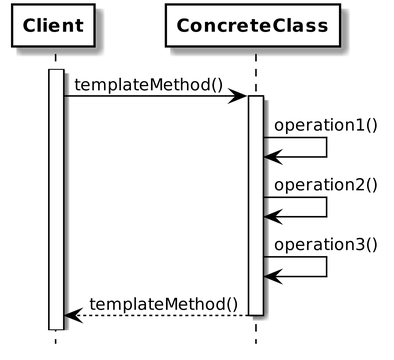
This is patterns/general/template/uml/template_sequenceDiagram.png from HSGNHR/POS, a PlantUML export, as it was before one commit. Source of this version:
```plantuml
@startuml
skinparam backgroundcolor white

skinparam dpi 600

skinparam titleBorderRoundBorder 15
skinparam titleBorderThickness 2
skinparam titleBorderColor red
skinparam titleBackgroundColor blue

skinparam classArrowColor black
skinparam classArrowFontName FuraMonoForPowerline
skinparam classAttributeFontName FuraMonoForPowerline
skinparam classAttributeIconSize 0
skinparam classBackgroundColor #FFFFFF
skinparam classBorderColor #000000
skinparam classBorderThickness .8
skinparam classFontName FuraMonoForPowerline
skinparam classFontSize 13
skinparam classFontStyle bold
skinparam classStereotypeFontName FuraMonoForPowerline

skinparam objectArrowColor black
skinparam objectArrowFontName Arial
skinparam objectAttributeFontName Arial
skinparam objectBackgroundColor #FFF0B4/#FFFFFF
skinparam objectBorderColor #99795C
skinparam objectBorderThickness .8
skinparam objectFontName Arial
skinparam objectFontSize 11
skinparam objectFontStyle bold
skinparam objectStereotypeFontName ArialNarrow

skinparam sequence {
	ArrowColor #000000
	LifeLineBorderColor #000000
	LifeLineBackgroundColor #FFFFFF

	ParticipantBorderColor #000000
	ParticipantBackgroundColor #FFFFFF
	ParticipantFontName FuraMonoForPowerline
	ParticipantFontSize 12
	ParticipantFontColor #000000
  ParticipantFontStyle bold

	ActorBorderColor #424242
	ActorBackgroundColor #FFF0B4/#FFFFFF
	ActorFontColor #424242
	ActorFontSize 11
	ActorFontName Arial

	ArrowFontSize 11
	ArrowFontName Arial
	GroupingBorderThickness .1
	GroupingFontSize 11
	GroupingFontStyle plain
	GroupingFontName Arial
	GroupingHeaderFontSize 11
	GroupingHeaderFontStyle plain
	GroupingHeaderFontName Arial
}

skinparam noteFontColor black
skinparam noteFontSize 9
skinparam noteFontName Arial
skinparam noteBackgroundColor #EEEEEE
skinparam noteBorderColor #000000

hide empty methods
hide footbox
hide circle


activate Client
Client -> ConcreteClass : templateMethod()
activate ConcreteClass
ConcreteClass -> ConcreteClass : operation1()
ConcreteClass -> ConcreteClass : operation2()
ConcreteClass -> ConcreteClass : operation3()
Client <-- ConcreteClass : templateMethod()
deactivate ConcreteClass
@enduml
```
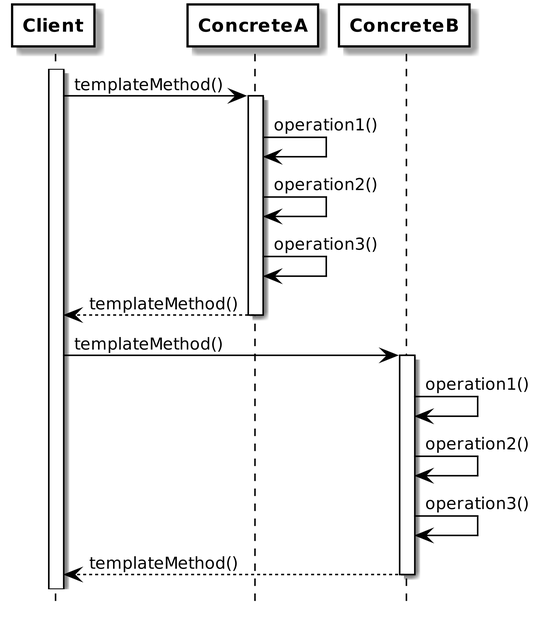
After the change.

The edit, as a diff of the source:
```diff
@@ -72,11 +72,19 @@
 
 
 activate Client
-Client -> ConcreteClass : templateMethod()
-activate ConcreteClass
-ConcreteClass -> ConcreteClass : operation1()
-ConcreteClass -> ConcreteClass : operation2()
-ConcreteClass -> ConcreteClass : operation3()
-Client <-- ConcreteClass : templateMethod()
-deactivate ConcreteClass
+Client -> ConcreteA : templateMethod()
+activate ConcreteA
+ConcreteA -> ConcreteA : operation1()
+ConcreteA -> ConcreteA : operation2()
+ConcreteA -> ConcreteA : operation3()
+Client <-- ConcreteA : templateMethod()
+deactivate ConcreteA
+Client -> ConcreteB : templateMethod()
+activate ConcreteB
+ConcreteB -> ConcreteB : operation1()
+ConcreteB -> ConcreteB : operation2()
+ConcreteB -> ConcreteB : operation3()
+Client <-- ConcreteB : templateMethod()
+deactivate ConcreteB
+
 @enduml
```
